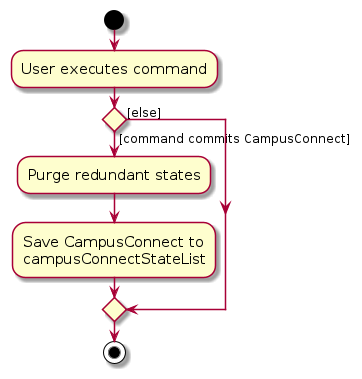
AY2425S1-CS2103T-F14a-4/tp keeps this PlantUML diagram as diagrams/CommitActivityDiagram.png. Above is the earlier version. Its source is kept beside it as diagrams/CommitActivityDiagram.puml.
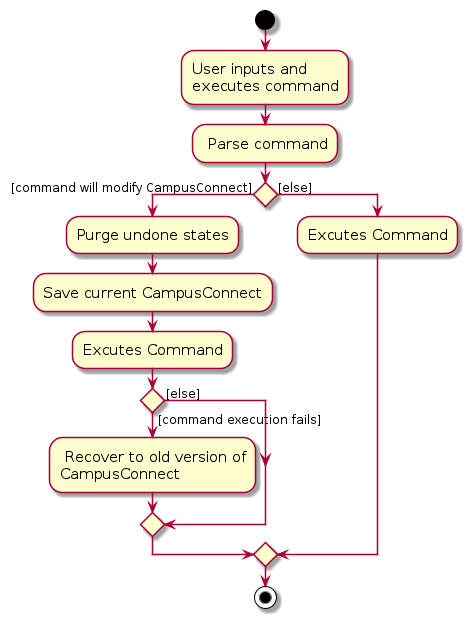
The same file after the commit.

The edit, as a diff of the source:
```diff
@@ -3,14 +3,21 @@
 skinparam ActivityFontSize 15
 skinparam ArrowFontSize 12
 start
-:User executes command;
+:User inputs and
+executes command;
 
-
-if () then ([command commits CampusConnect])
-    :Purge redundant states;
-    :Save CampusConnect to
-    campusConnectStateList;
+: Parse command;
+if () then ([command will modify CampusConnect])
+    :Purge undone states;
+    :Save current CampusConnect;
+    :Excutes Command;
+    if () then ([command execution fails])
+    : Recover to old version of
+    CampusConnect;
+    else ([else])
+    endif
 else ([else])
+:Excutes Command;
 endif
 stop
 @enduml
```
